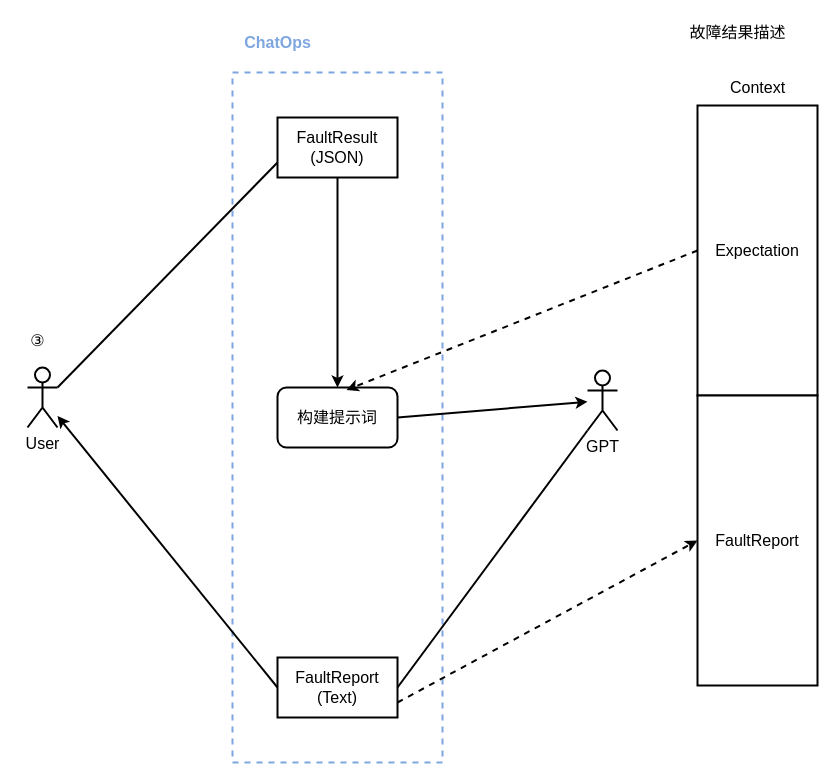
Before: page "D3" (6 of 7) of docs/chatops.drawio in StLeoX/chatops, a draw.io diagram. Source tidied: cells renumbered, new cells numbered last; positions are measured from the earlier drawing's top-left corner, leaving out a move shared by most shapes. Both pictures are drawn from the tidied source at 100%, with x=0, y=0 at pixel (17, 17).
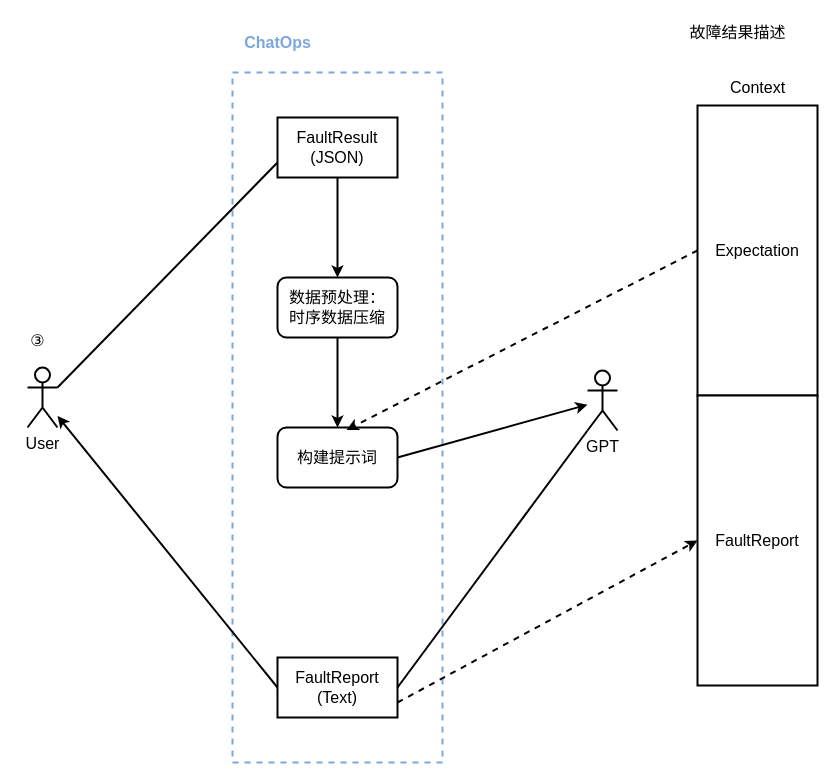
The same page after the edit.

Unchanged cells that the change refers to:
```xml
<mxCell id="10" value="FaultResult&lt;br style=&quot;font-size: 16px;&quot;&gt;(JSON)" style="rounded=0;whiteSpace=wrap;html=1;fontSize=16;strokeWidth=2;" parent="1" vertex="1">
  <mxGeometry x="260" y="100" width="120" height="60" as="geometry" />
</mxCell>
```

Change to the diagram source:
```diff
@@
-    <mxCell id="9" style="edgeStyle=orthogonalEdgeStyle;rounded=0;jettySize=auto;html=1;exitX=0.5;exitY=1;exitDx=0;exitDy=0;entryX=0.5;entryY=0;entryDx=0;entryDy=0;fontSize=16;strokeWidth=2;" parent="1" edge="1" source="10" target="12">
-      <mxGeometry relative="1" as="geometry" />
-    </mxCell>
+    <mxCell id="21" style="edgeStyle=orthogonalEdgeStyle;rounded=0;jettySize=auto;html=1;exitX=0.5;exitY=1;exitDx=0;exitDy=0;entryX=0.5;entryY=0;entryDx=0;entryDy=0;strokeWidth=2;" parent="1" edge="1" source="10" target="23">
+      <mxGeometry relative="1" as="geometry" />
+    </mxCell>
@@
     <mxCell id="12" value="构建提示词" style="rounded=1;whiteSpace=wrap;html=1;fontSize=16;strokeWidth=2;" parent="1" vertex="1">
-      <mxGeometry x="260" y="370" width="120" height="60" as="geometry" />
+      <mxGeometry x="260" y="410" width="120" height="60" as="geometry" />
     </mxCell>
@@
-    <mxCell id="20" value="&lt;font color=&quot;#7ea6e0&quot; style=&quot;font-size: 16px;&quot;&gt;&lt;b style=&quot;font-size: 16px;&quot;&gt;ChatOps&lt;/b&gt;&lt;/font&gt;" style="text;html=1;align=center;verticalAlign=middle;strokeColor=none;fillColor=none;fontSize=16;" parent="1" vertex="1">
+    <mxCell id="20" value="&lt;font color=&quot;#7ea6e0&quot; style=&quot;font-size: 16px;&quot;&gt;&lt;b style=&quot;font-size: 16px;&quot;&gt;ChatOps&lt;/b&gt;&lt;/font&gt;" style="text;html=1;align=center;verticalAlign=middle;strokeColor=none;fillColor=none;fontSize=16;strokeWidth=2;" parent="1" vertex="1">
       <mxGeometry x="215" y="10" width="90" height="30" as="geometry" />
     </mxCell>
+    <mxCell id="22" style="edgeStyle=orthogonalEdgeStyle;rounded=0;jettySize=auto;html=1;exitX=0.5;exitY=1;exitDx=0;exitDy=0;entryX=0.5;entryY=0;entryDx=0;entryDy=0;strokeWidth=2;" parent="1" edge="1" source="23" target="12">
+      <mxGeometry relative="1" as="geometry" />
+    </mxCell>
+    <mxCell id="23" value="数据预处理：&lt;br style=&quot;font-size: 16px;&quot;&gt;时序数据压缩" style="rounded=1;whiteSpace=wrap;html=1;strokeColor=default;align=center;verticalAlign=middle;fontFamily=Helvetica;fontSize=16;fontColor=default;fillColor=default;strokeWidth=2;" parent="1" vertex="1">
+      <mxGeometry x="260" y="260" width="120" height="60" as="geometry" />
+    </mxCell>
```
